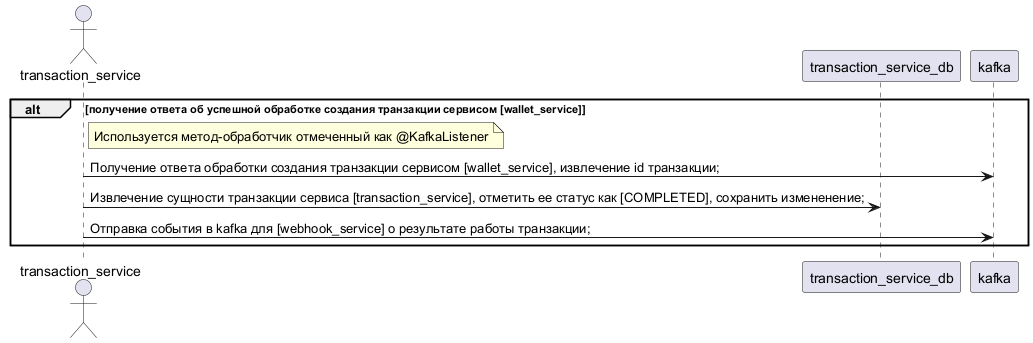
Above: diagrams/transaction-service-interaction/create-transaction/step_5_handle_success_response_create_transaction_on_wallet_service_uml.png in U-235-92/payment-system (PlantUML), before the change. The source it was exported from:
```plantuml
@startuml

actor transaction_service
participant transaction_service_db
participant kafka

alt получение ответа об успешной обработке создания транзакции сервисом [wallet_service]
	note right transaction_service
	    Используется метод-обработчик отмеченный как @KafkaListener
	end note
	transaction_service -> kafka : Получение ответа обработки создания транзакции сервисом [wallet_service], извлечение id транзакции;
	transaction_service -> transaction_service_db : Извлечение сущности транзакции сервиса [transaction_service], отметить ее статус как [COMPLETED], сохранить измененение;
	transaction_service -> kafka : Отправка события в kafka для [webhook_service] о результате работы транзакции;
end

@enduml
```
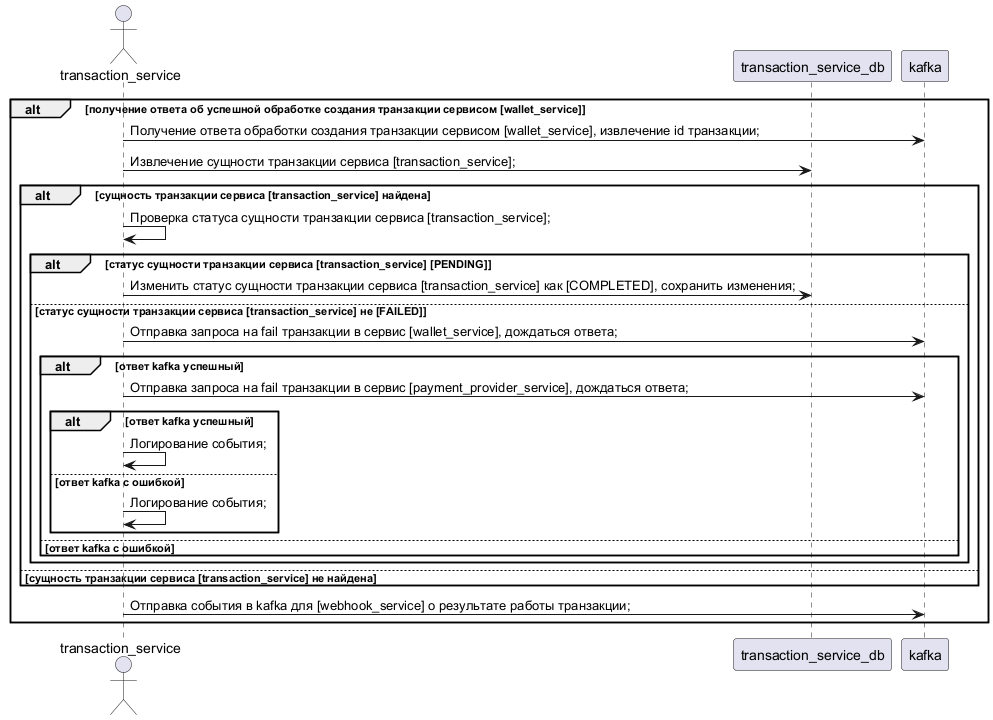
Above is the later version.

The edit, as a diff of the source:
```diff
@@ -5,11 +5,27 @@
 participant kafka
 
 alt получение ответа об успешной обработке создания транзакции сервисом [wallet_service]
-	note right transaction_service
-	    Используется метод-обработчик отмеченный как @KafkaListener
-	end note
 	transaction_service -> kafka : Получение ответа обработки создания транзакции сервисом [wallet_service], извлечение id транзакции;
-	transaction_service -> transaction_service_db : Извлечение сущности транзакции сервиса [transaction_service], отметить ее статус как [COMPLETED], сохранить измененение;
+	transaction_service -> transaction_service_db : Извлечение сущности транзакции сервиса [transaction_service];
+	alt сущность транзакции сервиса [transaction_service] найдена
+		transaction_service -> transaction_service : Проверка статуса сущности транзакции сервиса [transaction_service];
+		alt статус сущности транзакции сервиса [transaction_service] [PENDING]
+			transaction_service -> transaction_service_db : Изменить статус сущности транзакции сервиса [transaction_service] как [COMPLETED], сохранить изменения;
+		else статус сущности транзакции сервиса [transaction_service] не [FAILED]
+			transaction_service -> kafka : Отправка запроса на fail транзакции в сервис [wallet_service], дождаться ответа;
+			alt ответ kafka успешный
+				transaction_service -> kafka : Отправка запроса на fail транзакции в сервис [payment_provider_service], дождаться ответа;
+				alt ответ kafka успешный
+					transaction_service -> transaction_service : Логирование события;
+				else ответ kafka с ошибкой
+					transaction_service -> transaction_service : Логирование события;
+				end
+			else ответ kafka с ошибкой
+
+			end
+		end
+	else сущность транзакции сервиса [transaction_service] не найдена
+	end
 	transaction_service -> kafka : Отправка события в kafka для [webhook_service] о результате работы транзакции;
 end
 
```
